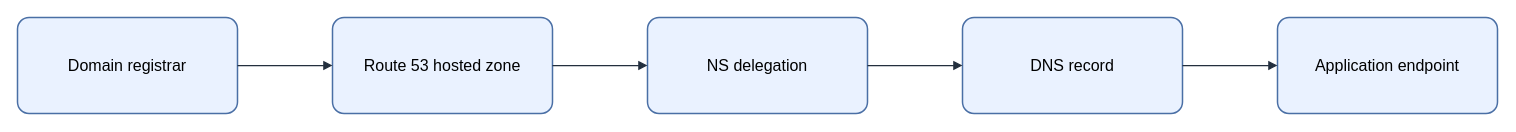
KKamJi98/kkamji98.github.io keeps this draw.io diagram as assets/img/aws/route53-dns-record-resolution.drawio. Above is the earlier version. Source tidied: cells renumbered, new cells numbered last; positions are measured from the earlier drawing's top-left corner, leaving out a move shared by most shapes. Both pictures are drawn from the tidied source at 100%, with x=0, y=0 at pixel (17, 17).
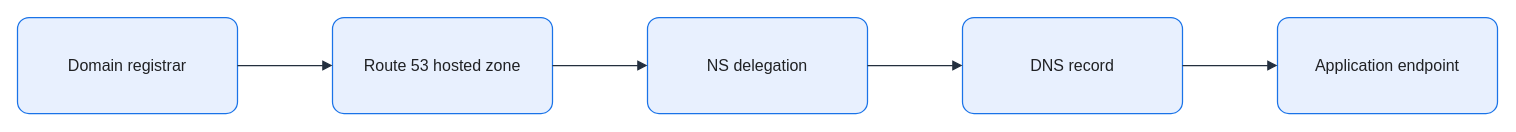
The same diagram, later.

The edit, as a diff of the source:
```diff
@@
 <mxGraphModel background="#FFFFFF">
   <root>
     <mxCell id="0" />
     <mxCell id="1" parent="0" />
-    <mxCell id="2" value="Domain registrar" style="rounded=1;arcSize=12;whiteSpace=wrap;html=0;fillColor=#EAF2FF;strokeColor=#4A6FA5;strokeWidth=1.5;fontColor=#000000;fontSize=16;align=center;verticalAlign=middle;spacing=8;shadow=0;" parent="1" vertex="1">
+    <mxCell id="2" value="Domain registrar" style="rounded=1;arcSize=12;whiteSpace=wrap;html=0;fillColor=#E8F0FE;strokeColor=#1A73E8;strokeWidth=1.25;fontColor=#202124;fontSize=16;align=center;verticalAlign=middle;spacing=8;shadow=0;" parent="1" vertex="1">
       <mxGeometry width="220" height="96" as="geometry" />
     </mxCell>
-    <mxCell id="3" value="Route 53 hosted zone" style="rounded=1;arcSize=12;whiteSpace=wrap;html=0;fillColor=#EAF2FF;strokeColor=#4A6FA5;strokeWidth=1.5;fontColor=#000000;fontSize=16;align=center;verticalAlign=middle;spacing=8;shadow=0;" parent="1" vertex="1">
+    <mxCell id="3" value="Route 53 hosted zone" style="rounded=1;arcSize=12;whiteSpace=wrap;html=0;fillColor=#E8F0FE;strokeColor=#1A73E8;strokeWidth=1.25;fontColor=#202124;fontSize=16;align=center;verticalAlign=middle;spacing=8;shadow=0;" parent="1" vertex="1">
       <mxGeometry x="315" width="220" height="96" as="geometry" />
     </mxCell>
-    <mxCell id="4" value="NS delegation" style="rounded=1;arcSize=12;whiteSpace=wrap;html=0;fillColor=#EAF2FF;strokeColor=#4A6FA5;strokeWidth=1.5;fontColor=#000000;fontSize=16;align=center;verticalAlign=middle;spacing=8;shadow=0;" parent="1" vertex="1">
+    <mxCell id="4" value="NS delegation" style="rounded=1;arcSize=12;whiteSpace=wrap;html=0;fillColor=#E8F0FE;strokeColor=#1A73E8;strokeWidth=1.25;fontColor=#202124;fontSize=16;align=center;verticalAlign=middle;spacing=8;shadow=0;" parent="1" vertex="1">
       <mxGeometry x="630" width="220" height="96" as="geometry" />
     </mxCell>
-    <mxCell id="5" value="DNS record" style="rounded=1;arcSize=12;whiteSpace=wrap;html=0;fillColor=#EAF2FF;strokeColor=#4A6FA5;strokeWidth=1.5;fontColor=#000000;fontSize=16;align=center;verticalAlign=middle;spacing=8;shadow=0;" parent="1" vertex="1">
+    <mxCell id="5" value="DNS record" style="rounded=1;arcSize=12;whiteSpace=wrap;html=0;fillColor=#E8F0FE;strokeColor=#1A73E8;strokeWidth=1.25;fontColor=#202124;fontSize=16;align=center;verticalAlign=middle;spacing=8;shadow=0;" parent="1" vertex="1">
       <mxGeometry x="945" width="220" height="96" as="geometry" />
     </mxCell>
-    <mxCell id="6" value="Application endpoint" style="rounded=1;arcSize=12;whiteSpace=wrap;html=0;fillColor=#EAF2FF;strokeColor=#4A6FA5;strokeWidth=1.5;fontColor=#000000;fontSize=16;align=center;verticalAlign=middle;spacing=8;shadow=0;" parent="1" vertex="1">
+    <mxCell id="6" value="Application endpoint" style="rounded=1;arcSize=12;whiteSpace=wrap;html=0;fillColor=#E8F0FE;strokeColor=#1A73E8;strokeWidth=1.25;fontColor=#202124;fontSize=16;align=center;verticalAlign=middle;spacing=8;shadow=0;" parent="1" vertex="1">
       <mxGeometry x="1260" width="220" height="96" as="geometry" />
     </mxCell>
-    <mxCell id="7" style="edgeStyle=orthogonalEdgeStyle;rounded=0;jettySize=auto;html=0;endArrow=block;endFill=1;strokeColor=#232F3E;strokeWidth=1.25;fontColor=#000000;labelBackgroundColor=none;exitX=1;exitY=0.5;exitDx=0;exitDy=0;entryX=0;entryY=0.5;entryDx=0;entryDy=0;" parent="1" edge="1" source="2" target="3">
+    <mxCell id="7" style="edgeStyle=orthogonalEdgeStyle;rounded=0;jettySize=auto;html=0;endArrow=block;endFill=1;strokeColor=#232F3E;strokeWidth=1.25;fontColor=#202124;labelBackgroundColor=none;exitX=1;exitY=0.5;exitDx=0;exitDy=0;entryX=0;entryY=0.5;entryDx=0;entryDy=0;endSize=7;" parent="1" edge="1" source="2" target="3">
       <mxGeometry relative="1" as="geometry" />
     </mxCell>
-    <mxCell id="8" style="edgeStyle=orthogonalEdgeStyle;rounded=0;jettySize=auto;html=0;endArrow=block;endFill=1;strokeColor=#232F3E;strokeWidth=1.25;fontColor=#000000;labelBackgroundColor=none;exitX=1;exitY=0.5;exitDx=0;exitDy=0;entryX=0;entryY=0.5;entryDx=0;entryDy=0;" parent="1" edge="1" source="3" target="4">
+    <mxCell id="8" style="edgeStyle=orthogonalEdgeStyle;rounded=0;jettySize=auto;html=0;endArrow=block;endFill=1;strokeColor=#232F3E;strokeWidth=1.25;fontColor=#202124;labelBackgroundColor=none;exitX=1;exitY=0.5;exitDx=0;exitDy=0;entryX=0;entryY=0.5;entryDx=0;entryDy=0;endSize=7;" parent="1" edge="1" source="3" target="4">
       <mxGeometry relative="1" as="geometry" />
     </mxCell>
-    <mxCell id="9" style="edgeStyle=orthogonalEdgeStyle;rounded=0;jettySize=auto;html=0;endArrow=block;endFill=1;strokeColor=#232F3E;strokeWidth=1.25;fontColor=#000000;labelBackgroundColor=none;exitX=1;exitY=0.5;exitDx=0;exitDy=0;entryX=0;entryY=0.5;entryDx=0;entryDy=0;" parent="1" edge="1" source="4" target="5">
+    <mxCell id="9" style="edgeStyle=orthogonalEdgeStyle;rounded=0;jettySize=auto;html=0;endArrow=block;endFill=1;strokeColor=#232F3E;strokeWidth=1.25;fontColor=#202124;labelBackgroundColor=none;exitX=1;exitY=0.5;exitDx=0;exitDy=0;entryX=0;entryY=0.5;entryDx=0;entryDy=0;endSize=7;" parent="1" edge="1" source="4" target="5">
       <mxGeometry relative="1" as="geometry" />
     </mxCell>
-    <mxCell id="10" style="edgeStyle=orthogonalEdgeStyle;rounded=0;jettySize=auto;html=0;endArrow=block;endFill=1;strokeColor=#232F3E;strokeWidth=1.25;fontColor=#000000;labelBackgroundColor=none;exitX=1;exitY=0.5;exitDx=0;exitDy=0;entryX=0;entryY=0.5;entryDx=0;entryDy=0;" parent="1" edge="1" source="5" target="6">
+    <mxCell id="10" style="edgeStyle=orthogonalEdgeStyle;rounded=0;jettySize=auto;html=0;endArrow=block;endFill=1;strokeColor=#232F3E;strokeWidth=1.25;fontColor=#202124;labelBackgroundColor=none;exitX=1;exitY=0.5;exitDx=0;exitDy=0;entryX=0;entryY=0.5;entryDx=0;entryDy=0;endSize=7;" parent="1" edge="1" source="5" target="6">
       <mxGeometry relative="1" as="geometry" />
     </mxCell>
   </root>
 </mxGraphModel>
```
